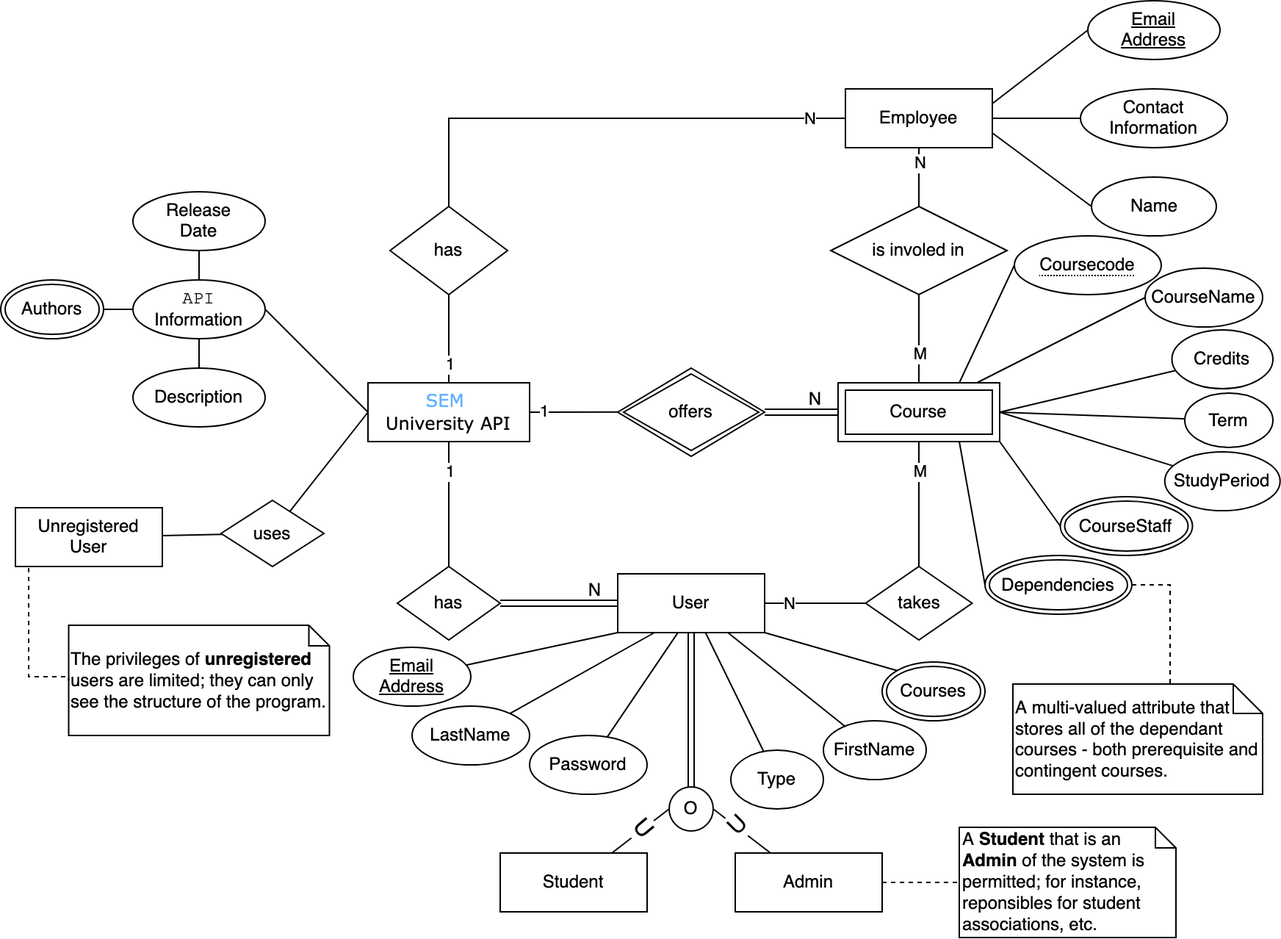
michalspano/SEManager keeps this draw.io diagram as images/er_diagram.png. Above is the earlier version. Source tidied: cells renumbered, new cells last; positions are measured from the earlier drawing's top-left corner, leaving out a move shared by most shapes.
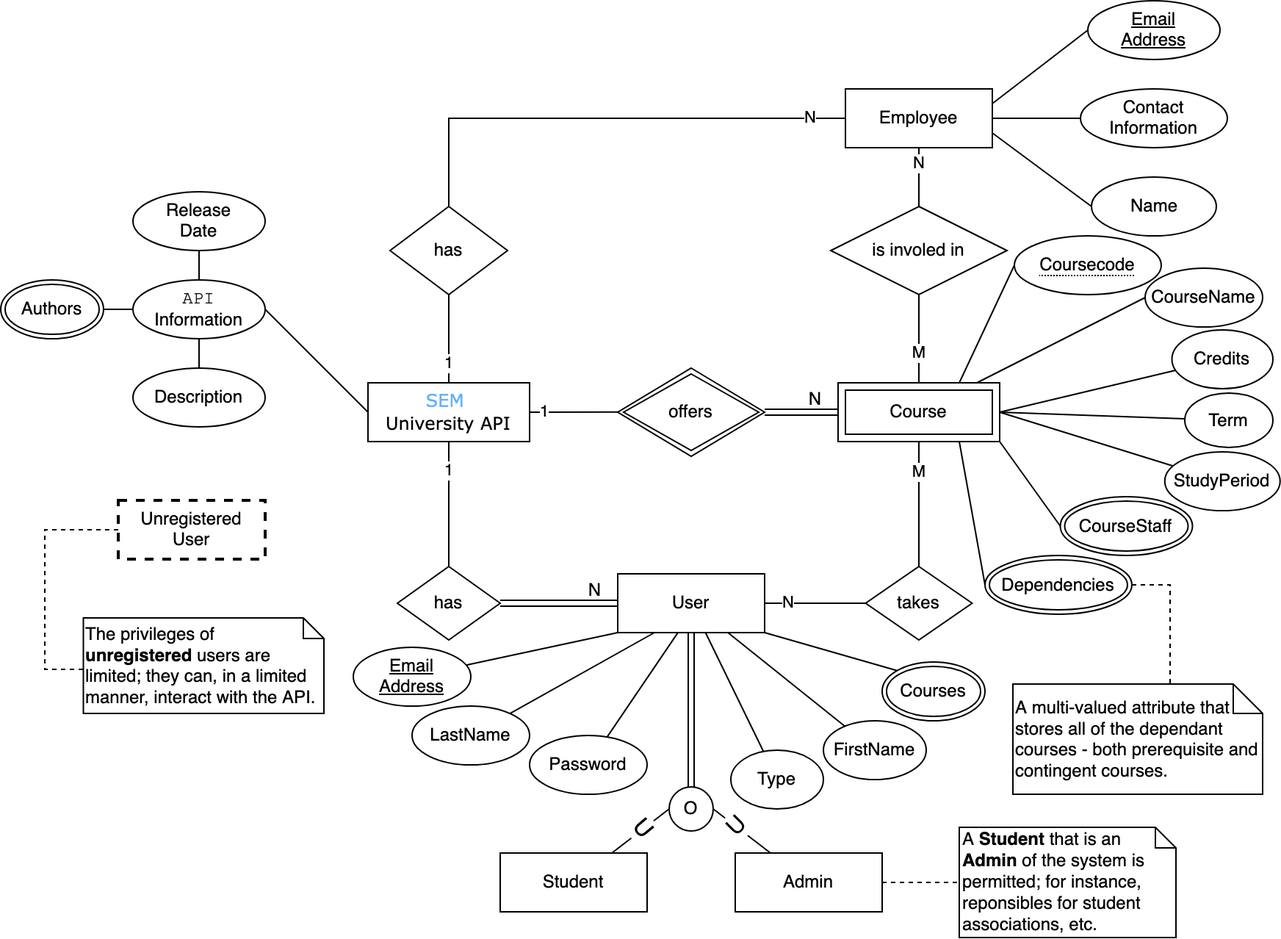
Later version of the same file.

Commit message:
Update `EER Diagram`

This commit updates the `EER Diagram` to reflect the changes, namely
that the unregistered user is displayed as a separate, isolateed entity.

What changed in the source:
```diff
@@ -127,8 +127,8 @@
     </mxCell>
     <mxCell id="39" style="edgeStyle=orthogonalEdgeStyle;rounded=0;orthogonalLoop=1;jettySize=auto;html=1;exitX=0.5;exitY=1;exitDx=0;exitDy=0;" parent="1" edge="1">
       <mxGeometry relative="1" as="geometry">
-        <mxPoint x="220" y="435" as="sourcePoint" />
-        <mxPoint x="220" y="435" as="targetPoint" />
+        <mxPoint x="230" y="430" as="sourcePoint" />
+        <mxPoint x="230" y="430" as="targetPoint" />
       </mxGeometry>
     </mxCell>
     <mxCell id="40" style="rounded=0;jettySize=auto;html=1;exitX=1;exitY=0.5;exitDx=0;exitDy=0;entryX=0;entryY=0.5;entryDx=0;entryDy=0;endArrow=none;endFill=0;" parent="1" edge="1" source="45" target="47">
@@ -281,27 +281,18 @@
         </Array>
       </mxGeometry>
     </mxCell>
-    <mxCell id="85" value="&lt;div&gt;Unregistered&lt;/div&gt;&lt;div&gt;User&lt;br&gt;&lt;/div&gt;" style="whiteSpace=wrap;html=1;align=center;fillColor=none;" parent="1" vertex="1">
-      <mxGeometry x="10" y="345" width="100" height="40" as="geometry" />
+    <mxCell id="85" value="&lt;div&gt;Unregistered&lt;/div&gt;&lt;div&gt;User&lt;br&gt;&lt;/div&gt;" style="whiteSpace=wrap;html=1;align=center;fillColor=none;dashed=1;strokeWidth=2;" parent="1" vertex="1">
+      <mxGeometry x="80" y="340" width="100" height="40" as="geometry" />
     </mxCell>
-    <mxCell id="86" style="rounded=0;jettySize=auto;html=1;entryX=0;entryY=0.5;entryDx=0;entryDy=0;endArrow=none;endFill=0;" parent="1" edge="1" source="88" target="8">
-      <mxGeometry relative="1" as="geometry" />
-    </mxCell>
-    <mxCell id="87" style="rounded=0;jettySize=auto;html=1;endArrow=none;endFill=0;" parent="1" edge="1" source="88" target="85">
-      <mxGeometry relative="1" as="geometry" />
-    </mxCell>
-    <mxCell id="88" value="uses" style="shape=rhombus;perimeter=rhombusPerimeter;whiteSpace=wrap;html=1;align=center;" parent="1" vertex="1">
-      <mxGeometry x="150" y="340" width="70" height="45" as="geometry" />
-    </mxCell>
-    <mxCell id="89" value="The privileges of &lt;b&gt;unregistered&lt;/b&gt; users are limited; they can only see the structure of the program." style="shape=note;size=14;whiteSpace=wrap;html=1;fillColor=none;align=left;" parent="1" vertex="1">
-      <mxGeometry x="46.2" y="425" width="177.5" height="75" as="geometry" />
+    <mxCell id="89" value="The privileges of &lt;b&gt;unregistered&lt;/b&gt; users are limited; they can, in a limited manner, interact with the API." style="shape=note;size=14;whiteSpace=wrap;html=1;fillColor=none;align=left;" parent="1" vertex="1">
+      <mxGeometry x="56.2" y="420" width="163.8" height="65" as="geometry" />
     </mxCell>
-    <mxCell id="90" style="edgeStyle=orthogonalEdgeStyle;rounded=0;jettySize=auto;html=1;entryX=0;entryY=0.5;entryDx=0;entryDy=0;entryPerimeter=0;dashed=1;endArrow=none;endFill=0;exitX=0.5;exitY=1;exitDx=0;exitDy=0;" parent="1" edge="1" source="85" target="89">
+    <mxCell id="90" style="edgeStyle=orthogonalEdgeStyle;rounded=0;jettySize=auto;html=1;entryX=0;entryY=0.5;entryDx=0;entryDy=0;entryPerimeter=0;dashed=1;endArrow=none;endFill=0;exitX=0;exitY=0.5;exitDx=0;exitDy=0;" parent="1" edge="1" source="85" target="89">
       <mxGeometry relative="1" as="geometry">
         <Array as="points">
-          <mxPoint x="19" y="385" />
-          <mxPoint x="19" y="460" />
-          <mxPoint x="46" y="460" />
+          <mxPoint x="30" y="360" />
+          <mxPoint x="30" y="455" />
+          <mxPoint x="56" y="455" />
         </Array>
       </mxGeometry>
     </mxCell>
```
